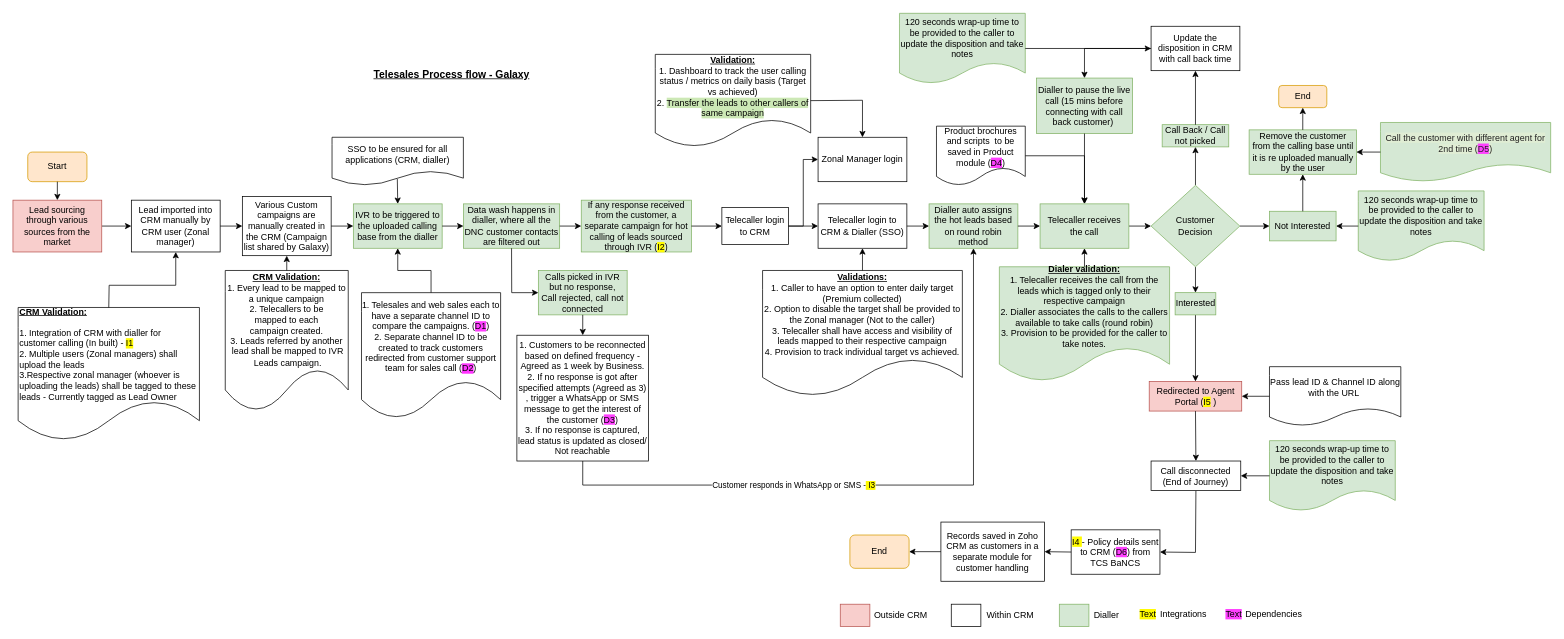
Earlier version of the draw.io diagram TeleSales Revised.drawio (shaileshsreedar/Galaxy). Source tidied: cells renumbered, new cells numbered last; positions are measured from the earlier drawing's top-left corner, leaving out a move shared by most shapes. Both pictures are drawn from the tidied source at 74%, with x=0, y=0 at pixel (13, 13).
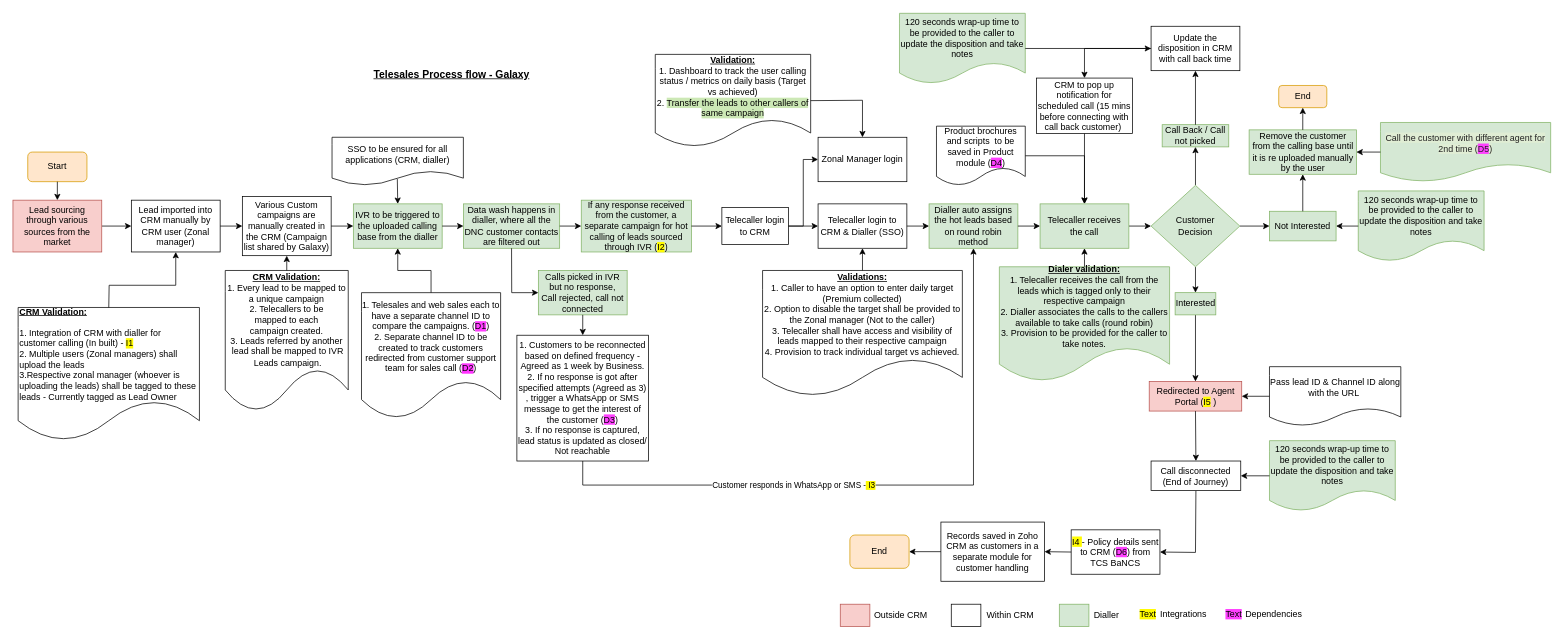
The same page after the edit.

The edit, as a diff of the source:
```diff
@@
-    <mxCell id="48" value="Dialler to pause the live call (15 mins before connecting with call back customer)&amp;nbsp;" style="rounded=0;whiteSpace=wrap;html=1;fillColor=#d5e8d4;strokeColor=#82b366;" parent="1" vertex="1">
+    <mxCell id="48" value="CRM to pop up notification for scheduled call (15 mins before connecting with call back customer)&amp;nbsp;" style="rounded=0;whiteSpace=wrap;html=1;" parent="1" vertex="1">
       <mxGeometry x="1383" y="88" width="130" height="75" as="geometry" />
     </mxCell>
```
